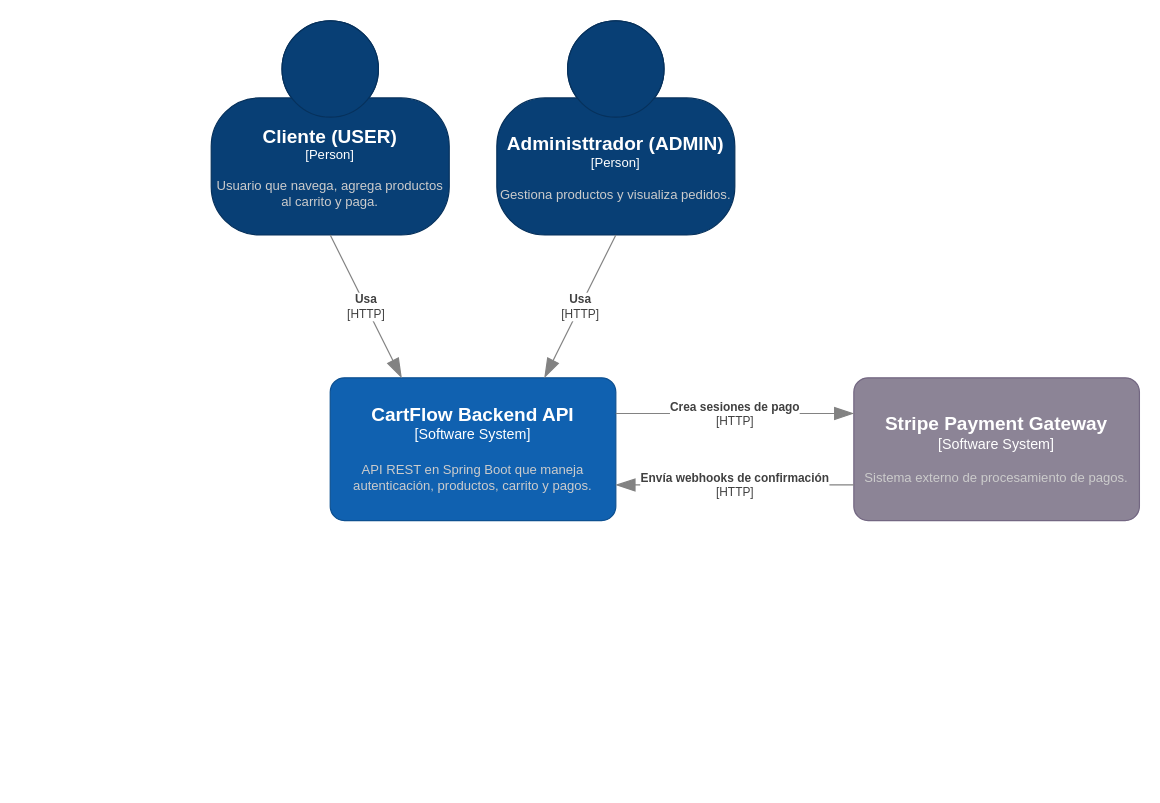
Above: docs/diagrams/DiagramaContexto.drawio in jvilamarin31/cartflow-api (draw.io), before the change. Source tidied: cells renumbered, new cells numbered last; positions are measured from the earlier drawing's top-left corner, leaving out a move shared by most shapes. Both pictures are drawn from the tidied source at 119%, with x=0, y=0 at pixel (211, 20).
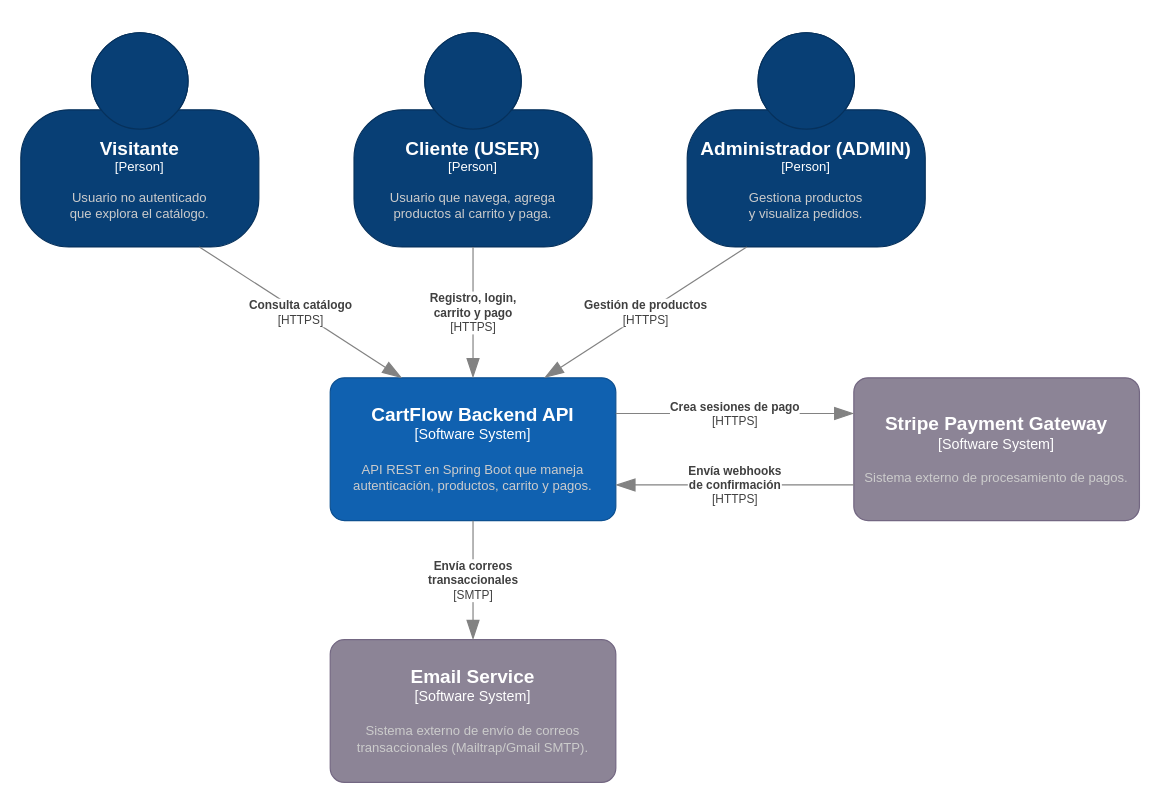
The same page after the edit.

The change refers to these unchanged cells:
```xml
<object id="4" label="&lt;font style=&quot;font-size: 16px&quot;&gt;&lt;b&gt;%c4Name%&lt;/b&gt;&lt;/font&gt;&lt;div&gt;[%c4Type%]&lt;/div&gt;&lt;br&gt;&lt;div&gt;&lt;font style=&quot;font-size: 11px&quot;&gt;&lt;font color=&quot;#cccccc&quot;&gt;%c4Description%&lt;/font&gt;&lt;/div&gt;" c4Description="API REST en Spring Boot que maneja autenticación, productos, carrito y pagos." c4Name="CartFlow Backend API" c4Type="Software System" placeholders="1">
  <mxCell style="rounded=1;whiteSpace=wrap;html=1;labelBackgroundColor=none;fillColor=#1061B0;fontColor=#ffffff;align=center;arcSize=10;strokeColor=#0D5091;points=[[0.25,0,0],[0.5,0,0],[0.75,0,0],[1,0.25,0],[1,0.5,0],[1,0.75,0],[0.75,1,0],[0.5,1,0],[0.25,1,0],[0,0.75,0],[0,0.5,0],[0,0.25,0]];" parent="1" vertex="1">
    <mxGeometry x="100" y="300" width="240" height="120" as="geometry" />
  </mxCell>
</object>
<object id="5" label="&lt;font style=&quot;font-size: 16px&quot;&gt;&lt;b&gt;%c4Name%&lt;/b&gt;&lt;/font&gt;&lt;div&gt;[%c4Type%]&lt;/div&gt;&lt;br&gt;&lt;div&gt;&lt;font style=&quot;font-size: 11px&quot;&gt;&lt;font color=&quot;#cccccc&quot;&gt;%c4Description%&lt;/font&gt;&lt;/div&gt;" c4Description="Sistema externo de procesamiento de pagos." c4Name="Stripe Payment Gateway" c4Type="Software System" placeholders="1">
  <mxCell style="rounded=1;whiteSpace=wrap;html=1;labelBackgroundColor=none;fillColor=#8C8496;fontColor=#ffffff;align=center;arcSize=10;strokeColor=#736782;points=[[0.25,0,0],[0.5,0,0],[0.75,0,0],[1,0.25,0],[1,0.5,0],[1,0.75,0],[0.75,1,0],[0.5,1,0],[0.25,1,0],[0,0.75,0],[0,0.5,0],[0,0.25,0]];" parent="1" vertex="1">
    <mxGeometry x="540" y="300" width="240" height="120" as="geometry" />
  </mxCell>
</object>
```

Diff of the diagram source:
```diff
@@
-    <object id="2" label="&lt;font style=&quot;font-size: 16px&quot;&gt;&lt;b&gt;%c4Name%&lt;/b&gt;&lt;/font&gt;&lt;div&gt;[%c4Type%]&lt;/div&gt;&lt;br&gt;&lt;div&gt;&lt;font style=&quot;font-size: 11px&quot;&gt;&lt;font color=&quot;#cccccc&quot;&gt;%c4Description%&lt;/font&gt;&lt;/div&gt;" c4Description="Usuario que navega, agrega productos al carrito y paga." c4Name="Cliente (USER)" c4Type="Person" placeholders="1">
+    <object id="2" label="&lt;font style=&quot;font-size: 16px&quot;&gt;&lt;b&gt;%c4Name%&lt;/b&gt;&lt;/font&gt;&lt;div&gt;[%c4Type%]&lt;/div&gt;&lt;br&gt;&lt;div&gt;&lt;font style=&quot;font-size: 11px&quot;&gt;&lt;font color=&quot;#cccccc&quot;&gt;%c4Description%&lt;/font&gt;&lt;/div&gt;" c4Description="Usuario no autenticado&#10;que explora el catálogo." c4Name="Visitante" c4Type="Person" placeholders="1">
       <mxCell style="html=1;fontSize=11;dashed=0;whiteSpace=wrap;fillColor=#083F75;strokeColor=#06315C;fontColor=#ffffff;shape=mxgraph.c4.person2;align=center;points=[[0.5,0,0],[1,0.5,0],[1,0.75,0],[0.75,1,0],[0.5,1,0],[0.25,1,0],[0,0.75,0],[0,0.5,0]];" parent="1" vertex="1">
-        <mxGeometry width="200" height="180" as="geometry" />
+        <mxGeometry x="-160" y="10" width="200" height="180" as="geometry" />
       </mxCell>
     </object>
-    <object id="3" label="&lt;font style=&quot;font-size: 16px&quot;&gt;&lt;b&gt;%c4Name%&lt;/b&gt;&lt;/font&gt;&lt;div&gt;[%c4Type%]&lt;/div&gt;&lt;br&gt;&lt;div&gt;&lt;font style=&quot;font-size: 11px&quot;&gt;&lt;font color=&quot;#cccccc&quot;&gt;%c4Description%&lt;/font&gt;&lt;/div&gt;" c4Description="Gestiona productos y visualiza pedidos." c4Name="Administtrador (ADMIN)" c4Type="Person" placeholders="1">
+    <object id="3" label="&lt;font style=&quot;font-size: 16px&quot;&gt;&lt;b&gt;%c4Name%&lt;/b&gt;&lt;/font&gt;&lt;div&gt;[%c4Type%]&lt;/div&gt;&lt;br&gt;&lt;div&gt;&lt;font style=&quot;font-size: 11px&quot;&gt;&lt;font color=&quot;#cccccc&quot;&gt;%c4Description%&lt;/font&gt;&lt;/div&gt;" c4Description="Gestiona productos&#10;y visualiza pedidos." c4Name="Administrador (ADMIN)" c4Type="Person" placeholders="1">
       <mxCell style="html=1;fontSize=11;dashed=0;whiteSpace=wrap;fillColor=#083F75;strokeColor=#06315C;fontColor=#ffffff;shape=mxgraph.c4.person2;align=center;points=[[0.5,0,0],[1,0.5,0],[1,0.75,0],[0.75,1,0],[0.5,1,0],[0.25,1,0],[0,0.75,0],[0,0.5,0]];" parent="1" vertex="1">
-        <mxGeometry x="240" width="200" height="180" as="geometry" />
+        <mxGeometry x="400" y="10" width="200" height="180" as="geometry" />
       </mxCell>
     </object>
@@
-    <object id="6" label="&lt;div style=&quot;text-align: left&quot;&gt;&lt;div style=&quot;text-align: center&quot;&gt;&lt;b&gt;%c4Description%&lt;/b&gt;&lt;/div&gt;&lt;div style=&quot;text-align: center&quot;&gt;[%c4Technology%]&lt;/div&gt;&lt;/div&gt;" c4Description="Usa" c4Technology="HTTP" placeholders="1">
-      <mxCell style="endArrow=blockThin;html=1;fontSize=10;fontColor=#404040;strokeWidth=1;endFill=1;strokeColor=#828282;elbow=vertical;endSize=14;startSize=14;jumpStyle=arc;jumpSize=16;rounded=0;exitX=0.5;exitY=1;exitDx=0;exitDy=0;exitPerimeter=0;entryX=0.25;entryY=0;entryDx=0;entryDy=0;entryPerimeter=0;" parent="1" edge="1" source="2" target="4">
+    <object id="6" label="&lt;div style=&quot;text-align: left&quot;&gt;&lt;div style=&quot;text-align: center&quot;&gt;&lt;b&gt;%c4Description%&lt;/b&gt;&lt;/div&gt;&lt;div style=&quot;text-align: center&quot;&gt;[%c4Technology%]&lt;/div&gt;&lt;/div&gt;" c4Description="Consulta catálogo" c4Technology="HTTPS" placeholders="1">
+      <mxCell style="endArrow=blockThin;html=1;fontSize=10;fontColor=#404040;strokeWidth=1;endFill=1;strokeColor=#828282;elbow=vertical;endSize=14;startSize=14;jumpStyle=arc;jumpSize=16;rounded=0;exitX=0.75;exitY=1;exitDx=0;exitDy=0;exitPerimeter=0;entryX=0.25;entryY=0;entryDx=0;entryDy=0;entryPerimeter=0;" parent="1" edge="1" source="2" target="4">
         <mxGeometry relative="1" as="geometry" />
       </mxCell>
     </object>
-    <object id="7" label="&lt;div style=&quot;text-align: left&quot;&gt;&lt;div style=&quot;text-align: center&quot;&gt;&lt;b&gt;%c4Description%&lt;/b&gt;&lt;/div&gt;&lt;div style=&quot;text-align: center&quot;&gt;[%c4Technology%]&lt;/div&gt;&lt;/div&gt;" c4Description="Usa" c4Technology="HTTP" placeholders="1">
-      <mxCell style="endArrow=blockThin;html=1;fontSize=10;fontColor=#404040;strokeWidth=1;endFill=1;strokeColor=#828282;elbow=vertical;endSize=14;startSize=14;jumpStyle=arc;jumpSize=16;rounded=0;exitX=0.5;exitY=1;exitDx=0;exitDy=0;exitPerimeter=0;entryX=0.75;entryY=0;entryDx=0;entryDy=0;entryPerimeter=0;" parent="1" edge="1" source="3" target="4">
+    <object id="7" label="&lt;div style=&quot;text-align: left&quot;&gt;&lt;div style=&quot;text-align: center&quot;&gt;&lt;b&gt;%c4Description%&lt;/b&gt;&lt;/div&gt;&lt;div style=&quot;text-align: center&quot;&gt;[%c4Technology%]&lt;/div&gt;&lt;/div&gt;" c4Description="Gestión de productos" c4Technology="HTTPS" placeholders="1">
+      <mxCell style="endArrow=blockThin;html=1;fontSize=10;fontColor=#404040;strokeWidth=1;endFill=1;strokeColor=#828282;elbow=vertical;endSize=14;startSize=14;jumpStyle=arc;jumpSize=16;rounded=0;exitX=0.25;exitY=1;exitDx=0;exitDy=0;exitPerimeter=0;entryX=0.75;entryY=0;entryDx=0;entryDy=0;entryPerimeter=0;" parent="1" edge="1" source="3" target="4">
         <mxGeometry relative="1" as="geometry" />
       </mxCell>
     </object>
-    <object id="8" label="&lt;div style=&quot;text-align: left&quot;&gt;&lt;div style=&quot;text-align: center&quot;&gt;&lt;b&gt;%c4Description%&lt;/b&gt;&lt;/div&gt;&lt;div style=&quot;text-align: center&quot;&gt;[%c4Technology%]&lt;/div&gt;&lt;/div&gt;" c4Description="Crea sesiones de pago" c4Technology="HTTP" placeholders="1">
-      <mxCell style="endArrow=blockThin;html=1;fontSize=10;fontColor=#404040;strokeWidth=1;endFill=1;strokeColor=#828282;elbow=vertical;endSize=14;startSize=14;jumpStyle=arc;jumpSize=16;rounded=0;edgeStyle=orthogonalEdgeStyle;exitX=1;exitY=0.25;exitDx=0;exitDy=0;exitPerimeter=0;entryX=0;entryY=0.25;entryDx=0;entryDy=0;entryPerimeter=0;" parent="1" edge="1" source="4" target="5">
+    <object id="8" label="&lt;div style=&quot;text-align: left&quot;&gt;&lt;div style=&quot;text-align: center&quot;&gt;&lt;b&gt;%c4Description%&lt;/b&gt;&lt;/div&gt;&lt;div style=&quot;text-align: center&quot;&gt;[%c4Technology%]&lt;/div&gt;&lt;/div&gt;" c4Description="Crea sesiones de pago" c4Technology="HTTPS" placeholders="1">
+      <mxCell style="endArrow=blockThin;html=1;fontSize=10;fontColor=#404040;strokeWidth=1;endFill=1;strokeColor=#828282;endSize=14;startSize=14;jumpStyle=arc;jumpSize=16;rounded=0;exitX=1;exitY=0.25;exitDx=0;exitDy=0;exitPerimeter=0;entryX=0;entryY=0.25;entryDx=0;entryDy=0;entryPerimeter=0;elbow=vertical;" parent="1" edge="1" source="4" target="5">
         <mxGeometry relative="1" as="geometry" />
       </mxCell>
     </object>
-    <object id="9" label="&lt;div style=&quot;text-align: left&quot;&gt;&lt;div style=&quot;text-align: center&quot;&gt;&lt;b&gt;%c4Description%&lt;/b&gt;&lt;/div&gt;&lt;div style=&quot;text-align: center&quot;&gt;[%c4Technology%]&lt;/div&gt;&lt;/div&gt;" c4Description="Envía webhooks de confirmación" c4Technology="HTTP" placeholders="1">
-      <mxCell style="endArrow=blockThin;html=1;fontSize=10;fontColor=#404040;strokeWidth=1;endFill=1;strokeColor=#828282;elbow=vertical;endSize=14;startSize=14;jumpStyle=arc;jumpSize=16;rounded=0;edgeStyle=orthogonalEdgeStyle;entryX=1;entryY=0.75;entryDx=0;entryDy=0;entryPerimeter=0;exitX=0;exitY=0.75;exitDx=0;exitDy=0;exitPerimeter=0;" parent="1" edge="1" source="5" target="4">
+    <object id="9" label="&lt;div style=&quot;text-align: left&quot;&gt;&lt;div style=&quot;text-align: center&quot;&gt;&lt;b&gt;%c4Description%&lt;/b&gt;&lt;/div&gt;&lt;div style=&quot;text-align: center&quot;&gt;[%c4Technology%]&lt;/div&gt;&lt;/div&gt;" c4Description="Envía webhooks&#10;de confirmación" c4Technology="HTTPS" placeholders="1">
+      <mxCell style="endArrow=blockThin;html=1;fontSize=10;fontColor=#404040;strokeWidth=1;endFill=1;strokeColor=#828282;elbow=vertical;endSize=14;startSize=14;jumpStyle=arc;jumpSize=16;rounded=0;entryX=1;entryY=0.75;entryDx=0;entryDy=0;entryPerimeter=0;exitX=0;exitY=0.75;exitDx=0;exitDy=0;exitPerimeter=0;" parent="1" edge="1" source="5" target="4">
         <mxGeometry relative="1" as="geometry" />
       </mxCell>
     </object>
+    <object id="10" label="&lt;font style=&quot;font-size: 16px&quot;&gt;&lt;b&gt;%c4Name%&lt;/b&gt;&lt;/font&gt;&lt;div&gt;[%c4Type%]&lt;/div&gt;&lt;br&gt;&lt;div&gt;&lt;font style=&quot;font-size: 11px&quot;&gt;&lt;font color=&quot;#cccccc&quot;&gt;%c4Description%&lt;/font&gt;&lt;/div&gt;" c4Description="Sistema externo de envío de correos transaccionales (Mailtrap/Gmail SMTP)." c4Name="Email Service" c4Type="Software System" placeholders="1">
+      <mxCell style="rounded=1;whiteSpace=wrap;html=1;labelBackgroundColor=none;fillColor=#8C8496;fontColor=#ffffff;align=center;arcSize=10;strokeColor=#736782;points=[[0.25,0,0],[0.5,0,0],[0.75,0,0],[1,0.25,0],[1,0.5,0],[1,0.75,0],[0.75,1,0],[0.5,1,0],[0.25,1,0],[0,0.75,0],[0,0.5,0],[0,0.25,0]];" parent="1" vertex="1">
+        <mxGeometry x="100" y="520" width="240" height="120" as="geometry" />
+      </mxCell>
+    </object>
+    <object id="11" label="&lt;div style=&quot;text-align: left&quot;&gt;&lt;div style=&quot;text-align: center&quot;&gt;&lt;b&gt;%c4Description%&lt;/b&gt;&lt;/div&gt;&lt;div style=&quot;text-align: center&quot;&gt;[%c4Technology%]&lt;/div&gt;&lt;/div&gt;" c4Description="Envía correos&#10;transaccionales" c4Technology="SMTP" placeholders="1">
+      <mxCell style="endArrow=blockThin;html=1;fontSize=10;fontColor=#404040;strokeWidth=1;endFill=1;strokeColor=#828282;elbow=vertical;endSize=14;startSize=14;jumpStyle=arc;jumpSize=16;rounded=0;edgeStyle=orthogonalEdgeStyle;entryX=0.5;entryY=0;entryDx=0;entryDy=0;entryPerimeter=0;exitX=0.5;exitY=1;exitDx=0;exitDy=0;exitPerimeter=0;" parent="1" edge="1" source="4" target="10">
+        <mxGeometry relative="1" as="geometry" />
+      </mxCell>
+    </object>
+    <object id="12" label="&lt;font style=&quot;font-size: 16px&quot;&gt;&lt;b&gt;%c4Name%&lt;/b&gt;&lt;/font&gt;&lt;div&gt;[%c4Type%]&lt;/div&gt;&lt;br&gt;&lt;div&gt;&lt;font style=&quot;font-size: 11px&quot;&gt;&lt;font color=&quot;#cccccc&quot;&gt;%c4Description%&lt;/font&gt;&lt;/div&gt;" c4Description="Usuario que navega, agrega&#10;productos al carrito y paga." c4Name="Cliente (USER)" c4Type="Person" placeholders="1">
+      <mxCell style="html=1;fontSize=11;dashed=0;whiteSpace=wrap;fillColor=#083F75;strokeColor=#06315C;fontColor=#ffffff;shape=mxgraph.c4.person2;align=center;points=[[0.5,0,0],[1,0.5,0],[1,0.75,0],[0.75,1,0],[0.5,1,0],[0.25,1,0],[0,0.75,0],[0,0.5,0]];" parent="1" vertex="1">
+        <mxGeometry x="120" y="10" width="200" height="180" as="geometry" />
+      </mxCell>
+    </object>
+    <object id="13" label="&lt;div style=&quot;text-align: left&quot;&gt;&lt;div style=&quot;text-align: center&quot;&gt;&lt;b&gt;%c4Description%&lt;/b&gt;&lt;/div&gt;&lt;div style=&quot;text-align: center&quot;&gt;[%c4Technology%]&lt;/div&gt;&lt;/div&gt;" c4Description="Registro, login,&#10;carrito y pago" c4Technology="HTTPS" placeholders="1">
+      <mxCell style="endArrow=blockThin;html=1;fontSize=10;fontColor=#404040;strokeWidth=1;endFill=1;strokeColor=#828282;elbow=vertical;endSize=14;startSize=14;jumpStyle=arc;jumpSize=16;rounded=0;exitX=0.5;exitY=1;exitDx=0;exitDy=0;exitPerimeter=0;entryX=0.5;entryY=0;entryDx=0;entryDy=0;entryPerimeter=0;" parent="1" edge="1" source="12" target="4">
+        <mxGeometry relative="1" as="geometry" />
+      </mxCell>
+    </object>
```
